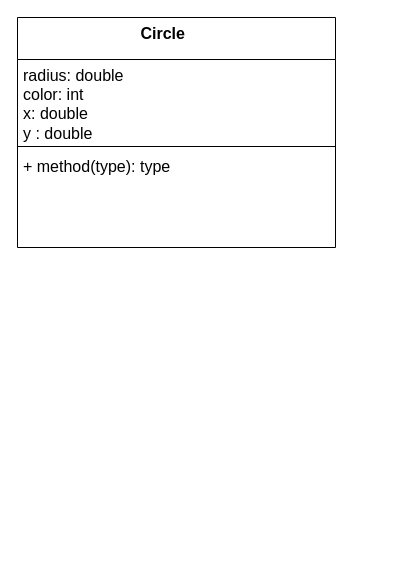
Agama-ian/demo-repo keeps this draw.io diagram as UML diagram .drawio. Above is the earlier version. Source tidied: cells renumbered, new cells numbered last; positions are measured from the earlier drawing's top-left corner, leaving out a move shared by most shapes. Both pictures are drawn from the tidied source at 100%, with x=0, y=0 at pixel (17, 17).
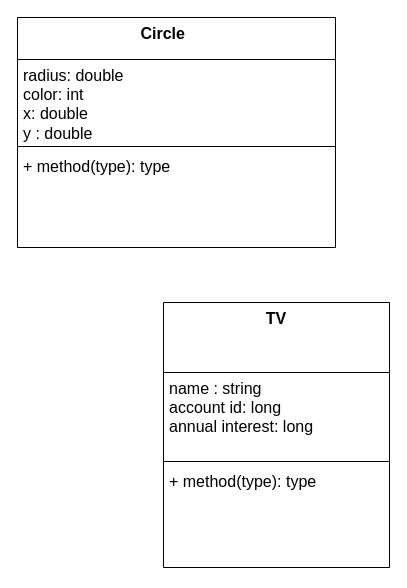
Above is the later version.

The edit, as a diff of the source:
```diff
@@
 <mxGraphModel>
   <root>
     <mxCell id="0" />
     <mxCell id="1" parent="0" />
     <mxCell id="2" value="Circle&amp;nbsp;&lt;span style=&quot;white-space: pre;&quot;&gt;&#9;&lt;/span&gt;" style="swimlane;fontStyle=1;align=center;verticalAlign=top;horizontal=1;startSize=42;whiteSpace=wrap;html=1;fontSize=16;" parent="1" vertex="1">
       <mxGeometry width="318" height="230" as="geometry" />
     </mxCell>
     <mxCell id="3" value="radius: double&amp;nbsp;&lt;br&gt;color: int&amp;nbsp;&lt;br&gt;x: double&amp;nbsp;&lt;br&gt;y : double&amp;nbsp;" style="text;strokeColor=none;fillColor=none;align=left;verticalAlign=top;spacingLeft=4;spacingRight=4;overflow=hidden;whiteSpace=wrap;html=1;fontSize=16;" parent="2" vertex="1">
       <mxGeometry y="42" width="318" height="83" as="geometry" />
     </mxCell>
     <mxCell id="4" style="line;strokeWidth=1;fillColor=none;align=left;verticalAlign=middle;spacingTop=-1;spacingLeft=3;spacingRight=3;labelPosition=right;strokeColor=inherit;fontSize=16;" parent="2" vertex="1">
       <mxGeometry y="125" width="318" height="8" as="geometry" />
     </mxCell>
     <mxCell id="5" value="+ method(type): type" style="text;strokeColor=none;fillColor=none;align=left;verticalAlign=top;spacingLeft=4;spacingRight=4;overflow=hidden;whiteSpace=wrap;html=1;fontSize=16;" parent="2" vertex="1">
       <mxGeometry y="133" width="318" height="97" as="geometry" />
     </mxCell>
+    <mxCell id="6" value="TV" style="swimlane;fontStyle=1;align=center;verticalAlign=top;horizontal=1;startSize=70;whiteSpace=wrap;html=1;fontSize=16;" parent="1" vertex="1">
+      <mxGeometry x="146" y="285" width="226" height="265" as="geometry" />
+    </mxCell>
+    <mxCell id="7" value="name : string&amp;nbsp;&lt;br&gt;account id: long&lt;br&gt;annual interest: long" style="text;strokeColor=none;fillColor=none;align=left;verticalAlign=top;spacingLeft=4;spacingRight=4;overflow=hidden;whiteSpace=wrap;html=1;fontSize=16;" parent="6" vertex="1">
+      <mxGeometry y="70" width="226" height="85" as="geometry" />
+    </mxCell>
+    <mxCell id="8" style="line;strokeWidth=1;fillColor=none;align=left;verticalAlign=middle;spacingTop=-1;spacingLeft=3;spacingRight=3;labelPosition=right;strokeColor=inherit;fontSize=16;" parent="6" vertex="1">
+      <mxGeometry y="155" width="226" height="8" as="geometry" />
+    </mxCell>
+    <mxCell id="9" value="+ method(type): type" style="text;strokeColor=none;fillColor=none;align=left;verticalAlign=top;spacingLeft=4;spacingRight=4;overflow=hidden;points=[[0,0.5],[1,0.5]];portConstraint=eastwest;whiteSpace=wrap;html=1;fontSize=16;" parent="6" vertex="1">
+      <mxGeometry y="163" width="226" height="102" as="geometry" />
+    </mxCell>
+    <mxCell id="10" style="edgeStyle=none;curved=1;rounded=0;orthogonalLoop=1;jettySize=auto;html=1;entryX=0;entryY=0.5;entryDx=0;entryDy=0;fontSize=12;startSize=8;endSize=8;" parent="6" edge="1" source="9" target="9">
+      <mxGeometry relative="1" as="geometry" />
+    </mxCell>
   </root>
 </mxGraphModel>
```
